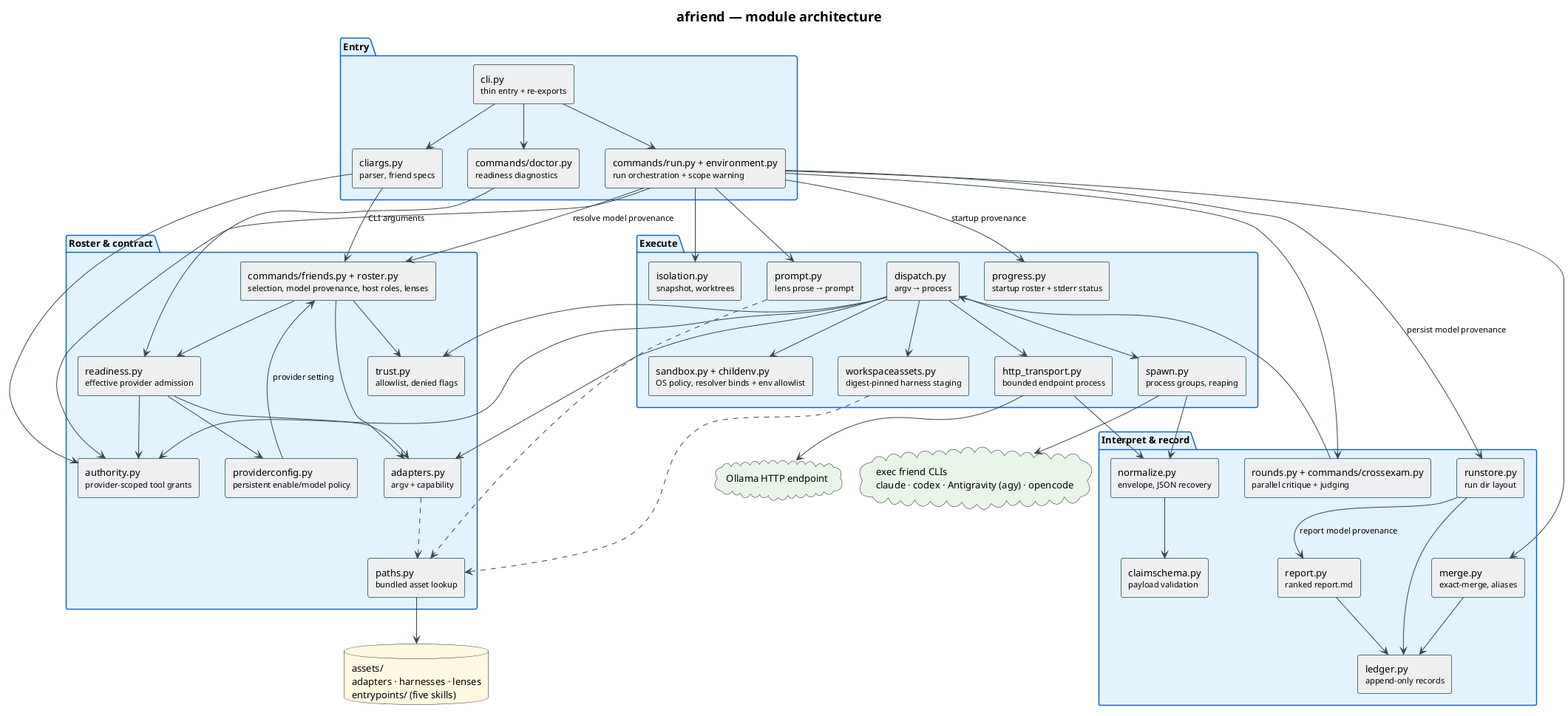
livingstaccato/afriend keeps this PlantUML diagram as docs/architecture/components.png. Above is the earlier version.
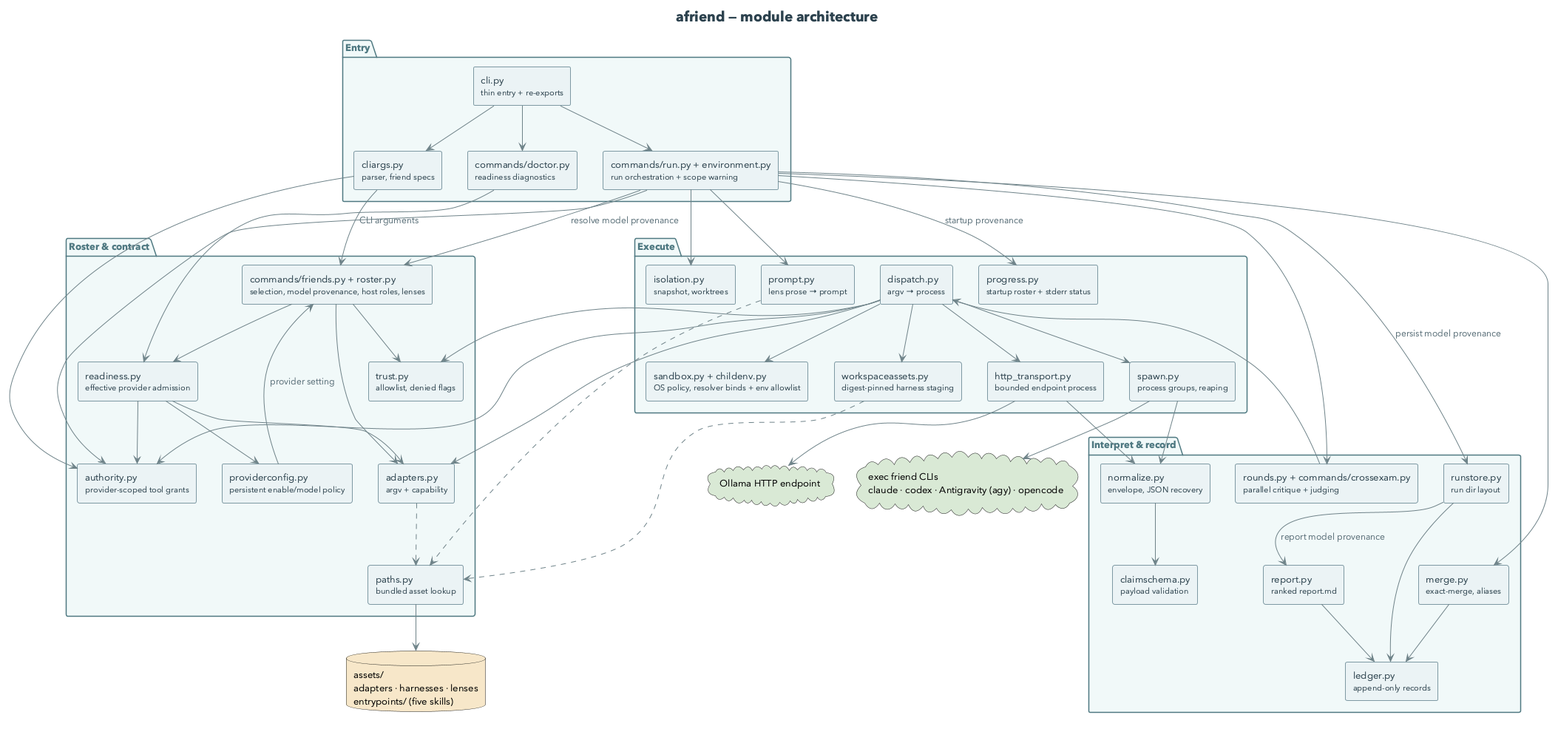
Above is the later version.

Diff of the diagram source:
```diff
@@ -1,26 +1,34 @@
 @startuml components
 
+
 skinparam backgroundColor #FFFFFF
-skinparam defaultFontName "Helvetica"
+skinparam defaultFontName "Avenir Next"
+skinparam defaultMonospacedFontName "SF Mono"
 skinparam defaultFontSize 13
 skinparam shadowing false
-skinparam ArrowColor #37474F
-skinparam ArrowFontSize 11
-skinparam TitleFontSize 18
+skinparam ArrowColor #6E8288
+skinparam ArrowFontColor #5B7079
+skinparam ArrowFontSize 12
+skinparam TitleFontSize 19
+skinparam TitleFontColor #2D424E
+skinparam legendBackgroundColor #F8FCFC
+skinparam legendBorderColor #A8C3CC
+skinparam legendFontSize 12
+skinparam noteBackgroundColor #F4F1E8
+skinparam noteBorderColor #B3AA97
+skinparam noteFontColor #4A4436
+skinparam noteFontSize 12
 skinparam componentStyle rectangle
-
-skinparam rectangle {
-  BorderColor #546E7A
-  BackgroundColor #ECEFF1
-  BorderThickness 1
-  FontSize 13
-}
-skinparam package {
-  BorderColor #1565C0
-  BackgroundColor #E3F2FD
-  FontSize 13
-  FontStyle bold
-}
+skinparam RectangleBorderColor #7E99A3
+skinparam RectangleBackgroundColor #EAF3F4
+skinparam RectangleBorderThickness 1
+skinparam RectangleFontColor #2D424E
+skinparam RectangleFontSize 13
+skinparam PackageBorderColor #4F7981
+skinparam PackageBackgroundColor #F1F8F8
+skinparam PackageFontColor #4F7981
+skinparam PackageFontSize 13
+skinparam PackageFontStyle bold
 
 title afriend — module architecture
 
@@ -62,9 +70,9 @@
   rectangle "runstore.py\n<size:11>run dir layout</size>" as STORE
 }
 
-database "assets/\nadapters · harnesses · lenses\nentrypoints/ (five skills)" as ASSETS #FFF8E1
-cloud "exec friend CLIs\nclaude · codex · Antigravity (agy) · opencode" as FRIENDS #E8F5E9
-cloud "Ollama HTTP endpoint" as HTTP #E8F5E9
+database "assets/\nadapters · harnesses · lenses\nentrypoints/ (five skills)" as ASSETS #F6E7C8
+cloud "exec friend CLIs\nclaude · codex · Antigravity (agy) · opencode" as FRIENDS #D9E8D5
+cloud "Ollama HTTP endpoint" as HTTP #D9E8D5
 
 CLI --> ARGS
 CLI --> RUN
```
